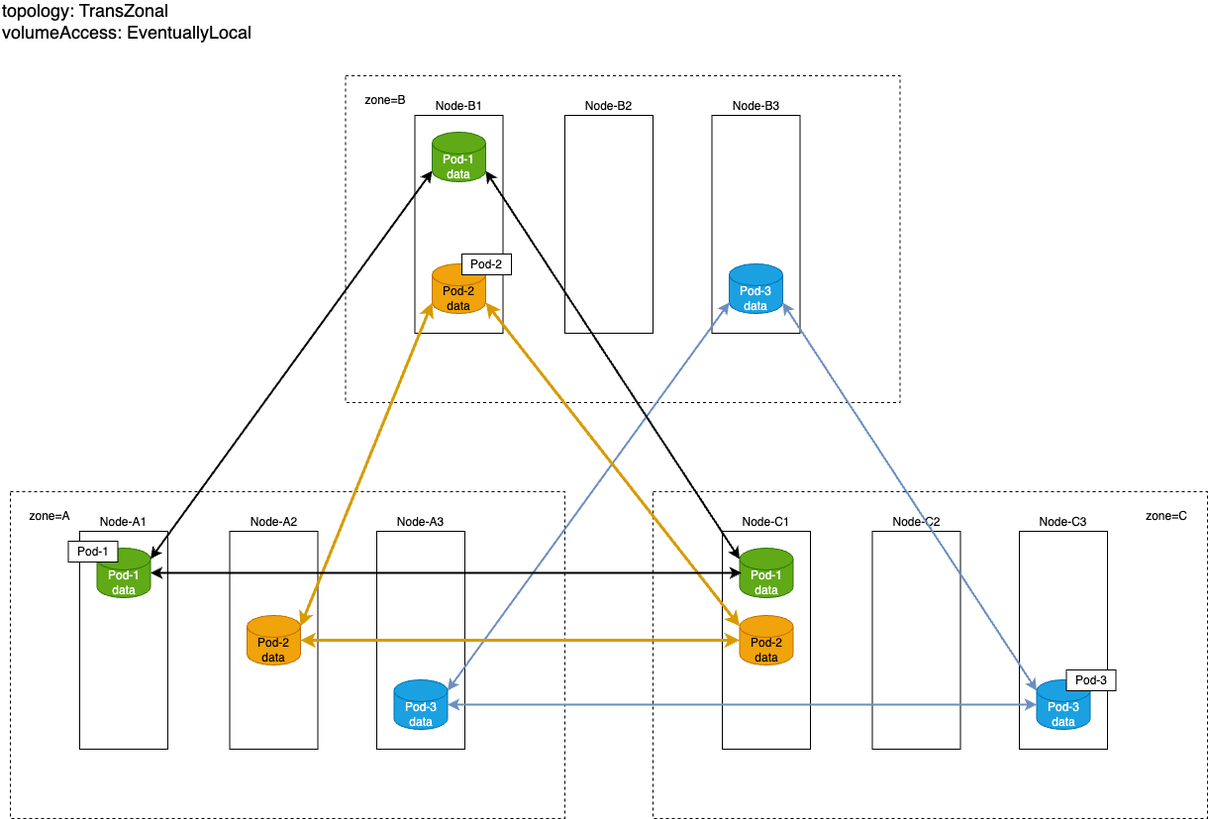
deckhouse/sds-replicated-volume keeps this draw.io diagram as docs/images/trans-zonal.png. Above is the earlier version. Source tidied: cells renumbered, new cells last; positions are measured from the earlier drawing's top-left corner, leaving out a move shared by most shapes.
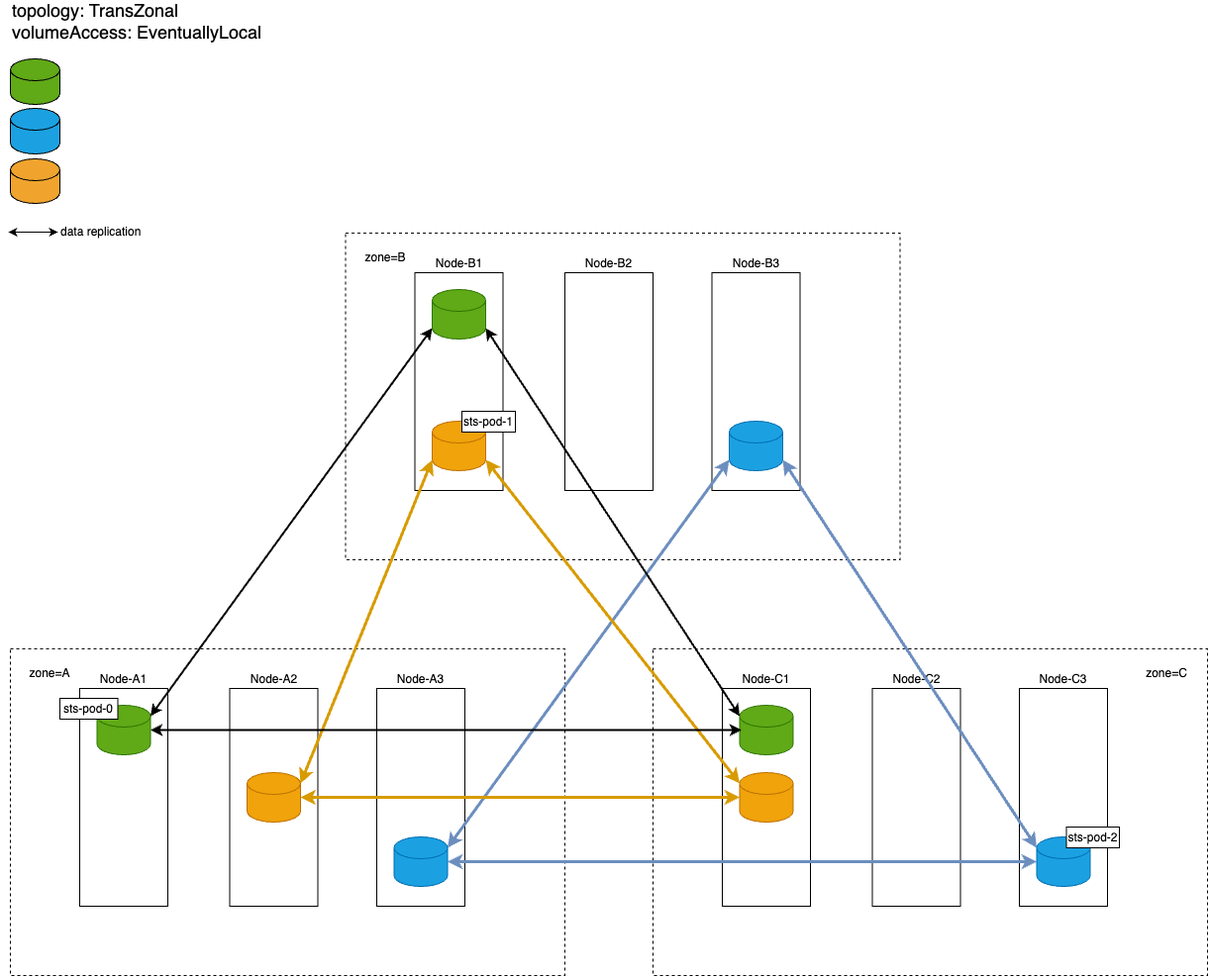
After the change.

Commit message:
Fix trans-zonal scheme

Change to the diagram source:
```diff
@@ -3,7 +3,7 @@
     <mxCell id="0" />
     <mxCell id="1" parent="0" />
     <mxCell id="2" value="topology: TransZonal&lt;br style=&quot;font-size: 18px;&quot;&gt;volumeAccess: EventuallyLocal" style="text;html=1;strokeColor=none;fillColor=none;align=left;verticalAlign=middle;whiteSpace=wrap;rounded=0;dashed=1;fontSize=18;" parent="1" vertex="1">
-      <mxGeometry width="260" height="30" as="geometry" />
+      <mxGeometry x="10" y="-159" width="260" height="30" as="geometry" />
     </mxCell>
     <mxCell id="3" style="rounded=0;whiteSpace=wrap;html=1;dashed=1;" parent="1" vertex="1">
       <mxGeometry x="348.5" y="70" width="560" height="330" as="geometry" />
@@ -14,10 +14,10 @@
     <mxCell id="5" value="zone=B" style="text;html=1;strokeColor=none;fillColor=none;align=center;verticalAlign=middle;whiteSpace=wrap;rounded=0;dashed=1;" parent="1" vertex="1">
       <mxGeometry x="358.5" y="80" width="60" height="30" as="geometry" />
     </mxCell>
-    <mxCell id="6" value="Pod-1 data" style="shape=cylinder3;whiteSpace=wrap;html=1;boundedLbl=1;backgroundOutline=1;size=11;fillColor=#60a917;fontColor=#ffffff;strokeColor=#2D7600;" parent="1" vertex="1">
+    <mxCell id="6" style="shape=cylinder3;whiteSpace=wrap;html=1;boundedLbl=1;backgroundOutline=1;size=11;fillColor=#60a917;fontColor=#ffffff;strokeColor=#2D7600;" parent="1" vertex="1">
       <mxGeometry x="436" y="127" width="54" height="50" as="geometry" />
     </mxCell>
-    <mxCell id="7" value="Pod-2 data" style="shape=cylinder3;whiteSpace=wrap;html=1;boundedLbl=1;backgroundOutline=1;size=11;fillColor=#f0a30a;fontColor=#000000;strokeColor=#BD7000;" parent="1" vertex="1">
+    <mxCell id="7" style="shape=cylinder3;whiteSpace=wrap;html=1;boundedLbl=1;backgroundOutline=1;size=11;fillColor=#f0a30a;fontColor=#000000;strokeColor=#BD7000;" parent="1" vertex="1">
       <mxGeometry x="436" y="260" width="54" height="50" as="geometry" />
     </mxCell>
     <mxCell id="8" value="Node-B2" style="rounded=0;whiteSpace=wrap;html=1;labelPosition=center;verticalLabelPosition=top;align=center;verticalAlign=bottom;" parent="1" vertex="1">
@@ -26,7 +26,7 @@
     <mxCell id="9" value="Node-B3" style="rounded=0;whiteSpace=wrap;html=1;labelPosition=center;verticalLabelPosition=top;align=center;verticalAlign=bottom;" parent="1" vertex="1">
       <mxGeometry x="718.5" y="110" width="89" height="220" as="geometry" />
     </mxCell>
-    <mxCell id="10" value="Pod-3 data" style="shape=cylinder3;whiteSpace=wrap;html=1;boundedLbl=1;backgroundOutline=1;size=11;fillColor=#1ba1e2;fontColor=#ffffff;strokeColor=#006EAF;" parent="1" vertex="1">
+    <mxCell id="10" style="shape=cylinder3;whiteSpace=wrap;html=1;boundedLbl=1;backgroundOutline=1;size=11;fillColor=#1ba1e2;fontColor=#ffffff;strokeColor=#006EAF;" parent="1" vertex="1">
       <mxGeometry x="736" y="260" width="54" height="50" as="geometry" />
     </mxCell>
     <mxCell id="11" style="rounded=0;whiteSpace=wrap;html=1;dashed=1;" parent="1" vertex="1">
@@ -38,11 +38,11 @@
     <mxCell id="13" value="zone=A" style="text;html=1;strokeColor=none;fillColor=none;align=center;verticalAlign=middle;whiteSpace=wrap;rounded=0;dashed=1;" parent="1" vertex="1">
       <mxGeometry x="20" y="500" width="60" height="30" as="geometry" />
     </mxCell>
-    <mxCell id="14" value="Pod-1 data" style="shape=cylinder3;whiteSpace=wrap;html=1;boundedLbl=1;backgroundOutline=1;size=11;fillColor=#60a917;fontColor=#ffffff;strokeColor=#2D7600;" parent="1" vertex="1">
+    <mxCell id="14" style="shape=cylinder3;whiteSpace=wrap;html=1;boundedLbl=1;backgroundOutline=1;size=11;fillColor=#60a917;fontColor=#ffffff;strokeColor=#2D7600;" parent="1" vertex="1">
       <mxGeometry x="97.5" y="547" width="54" height="50" as="geometry" />
     </mxCell>
-    <mxCell id="15" value="Pod-1" style="rounded=0;whiteSpace=wrap;html=1;fillStyle=auto;" parent="1" vertex="1">
-      <mxGeometry x="68.5" y="540" width="50" height="21" as="geometry" />
+    <mxCell id="15" value="sts-pod-0" style="rounded=0;whiteSpace=wrap;html=1;fillStyle=auto;" parent="1" vertex="1">
+      <mxGeometry x="60" y="540" width="58.5" height="21" as="geometry" />
     </mxCell>
     <mxCell id="16" value="Node-A2" style="rounded=0;whiteSpace=wrap;html=1;labelPosition=center;verticalLabelPosition=top;align=center;verticalAlign=bottom;" parent="1" vertex="1">
       <mxGeometry x="231.5" y="530" width="89" height="220" as="geometry" />
@@ -50,16 +50,16 @@
     <mxCell id="17" style="edgeStyle=none;html=1;entryX=0;entryY=1;entryDx=0;entryDy=-11;entryPerimeter=0;startArrow=classic;startFill=1;elbow=vertical;exitX=1;exitY=0;exitDx=0;exitDy=11;exitPerimeter=0;strokeWidth=3;fillColor=#ffe6cc;strokeColor=#d79b00;" parent="1" edge="1" source="18" target="7">
       <mxGeometry relative="1" as="geometry" />
     </mxCell>
-    <mxCell id="18" value="Pod-2 data" style="shape=cylinder3;whiteSpace=wrap;html=1;boundedLbl=1;backgroundOutline=1;size=11;fillColor=#f0a30a;fontColor=#000000;strokeColor=#BD7000;" parent="1" vertex="1">
+    <mxCell id="18" style="shape=cylinder3;whiteSpace=wrap;html=1;boundedLbl=1;backgroundOutline=1;size=11;fillColor=#f0a30a;fontColor=#000000;strokeColor=#BD7000;" parent="1" vertex="1">
       <mxGeometry x="249" y="615" width="54" height="50" as="geometry" />
     </mxCell>
     <mxCell id="19" value="Node-A3" style="rounded=0;whiteSpace=wrap;html=1;labelPosition=center;verticalLabelPosition=top;align=center;verticalAlign=bottom;" parent="1" vertex="1">
       <mxGeometry x="380" y="530" width="89" height="220" as="geometry" />
     </mxCell>
-    <mxCell id="20" style="edgeStyle=none;html=1;entryX=0;entryY=1;entryDx=0;entryDy=-11;entryPerimeter=0;startArrow=classic;startFill=1;elbow=vertical;exitX=1;exitY=0;exitDx=0;exitDy=11;exitPerimeter=0;strokeWidth=2;fillColor=#dae8fc;gradientColor=#7ea6e0;strokeColor=#6c8ebf;" parent="1" edge="1" source="21" target="10">
+    <mxCell id="20" style="edgeStyle=none;html=1;entryX=0;entryY=1;entryDx=0;entryDy=-11;entryPerimeter=0;startArrow=classic;startFill=1;elbow=vertical;exitX=1;exitY=0;exitDx=0;exitDy=11;exitPerimeter=0;strokeWidth=3;fillColor=#dae8fc;gradientColor=#7ea6e0;strokeColor=#6c8ebf;" parent="1" edge="1" source="21" target="10">
       <mxGeometry relative="1" as="geometry" />
     </mxCell>
-    <mxCell id="21" value="Pod-3 data" style="shape=cylinder3;whiteSpace=wrap;html=1;boundedLbl=1;backgroundOutline=1;size=11;fillColor=#1ba1e2;fontColor=#ffffff;strokeColor=#006EAF;" parent="1" vertex="1">
+    <mxCell id="21" style="shape=cylinder3;whiteSpace=wrap;html=1;boundedLbl=1;backgroundOutline=1;size=11;fillColor=#1ba1e2;fontColor=#ffffff;strokeColor=#006EAF;" parent="1" vertex="1">
       <mxGeometry x="397.5" y="680" width="54" height="50" as="geometry" />
     </mxCell>
     <mxCell id="22" style="rounded=0;whiteSpace=wrap;html=1;dashed=1;" parent="1" vertex="1">
@@ -68,10 +68,10 @@
     <mxCell id="23" value="Node-C1" style="rounded=0;whiteSpace=wrap;html=1;labelPosition=center;verticalLabelPosition=top;align=center;verticalAlign=bottom;" parent="1" vertex="1">
       <mxGeometry x="729" y="530" width="89" height="220" as="geometry" />
     </mxCell>
-    <mxCell id="24" value="Pod-1 data" style="shape=cylinder3;whiteSpace=wrap;html=1;boundedLbl=1;backgroundOutline=1;size=11;fillColor=#60a917;fontColor=#ffffff;strokeColor=#2D7600;" parent="1" vertex="1">
+    <mxCell id="24" style="shape=cylinder3;whiteSpace=wrap;html=1;boundedLbl=1;backgroundOutline=1;size=11;fillColor=#60a917;fontColor=#ffffff;strokeColor=#2D7600;" parent="1" vertex="1">
       <mxGeometry x="746.5" y="547" width="54" height="50" as="geometry" />
     </mxCell>
-    <mxCell id="25" value="Pod-2 data" style="shape=cylinder3;whiteSpace=wrap;html=1;boundedLbl=1;backgroundOutline=1;size=11;fillColor=#f0a30a;fontColor=#000000;strokeColor=#BD7000;" parent="1" vertex="1">
+    <mxCell id="25" style="shape=cylinder3;whiteSpace=wrap;html=1;boundedLbl=1;backgroundOutline=1;size=11;fillColor=#f0a30a;fontColor=#000000;strokeColor=#BD7000;" parent="1" vertex="1">
       <mxGeometry x="746.5" y="615" width="54" height="50" as="geometry" />
     </mxCell>
     <mxCell id="26" value="Node-C2" style="rounded=0;whiteSpace=wrap;html=1;labelPosition=center;verticalLabelPosition=top;align=center;verticalAlign=bottom;" parent="1" vertex="1">
@@ -80,10 +80,10 @@
     <mxCell id="27" value="Node-C3" style="rounded=0;whiteSpace=wrap;html=1;labelPosition=center;verticalLabelPosition=top;align=center;verticalAlign=bottom;" parent="1" vertex="1">
       <mxGeometry x="1029" y="530" width="89" height="220" as="geometry" />
     </mxCell>
-    <mxCell id="28" style="edgeStyle=none;html=1;entryX=1;entryY=1;entryDx=0;entryDy=-11;entryPerimeter=0;startArrow=classic;startFill=1;elbow=vertical;exitX=0;exitY=0;exitDx=0;exitDy=11;exitPerimeter=0;strokeWidth=2;fillColor=#dae8fc;gradientColor=#7ea6e0;strokeColor=#6c8ebf;" parent="1" edge="1" source="29" target="10">
+    <mxCell id="28" style="edgeStyle=none;html=1;entryX=1;entryY=1;entryDx=0;entryDy=-11;entryPerimeter=0;startArrow=classic;startFill=1;elbow=vertical;exitX=0;exitY=0;exitDx=0;exitDy=11;exitPerimeter=0;strokeWidth=3;fillColor=#dae8fc;gradientColor=#7ea6e0;strokeColor=#6c8ebf;" parent="1" edge="1" source="29" target="10">
       <mxGeometry relative="1" as="geometry" />
     </mxCell>
-    <mxCell id="29" value="Pod-3 data" style="shape=cylinder3;whiteSpace=wrap;html=1;boundedLbl=1;backgroundOutline=1;size=11;fillColor=#1ba1e2;fontColor=#ffffff;strokeColor=#006EAF;" parent="1" vertex="1">
+    <mxCell id="29" style="shape=cylinder3;whiteSpace=wrap;html=1;boundedLbl=1;backgroundOutline=1;size=11;fillColor=#1ba1e2;fontColor=#ffffff;strokeColor=#006EAF;" parent="1" vertex="1">
       <mxGeometry x="1046.5" y="680" width="54" height="50" as="geometry" />
     </mxCell>
     <mxCell id="30" style="edgeStyle=none;html=1;entryX=0;entryY=0;entryDx=0;entryDy=11;entryPerimeter=0;startArrow=classic;startFill=1;elbow=vertical;exitX=1;exitY=1;exitDx=0;exitDy=-11;exitPerimeter=0;strokeWidth=3;fillColor=#ffe6cc;strokeColor=#d79b00;" parent="1" edge="1" source="7" target="25">
@@ -92,14 +92,14 @@
     <mxCell id="31" style="edgeStyle=none;html=1;startArrow=classic;startFill=1;elbow=vertical;exitX=1;exitY=0.5;exitDx=0;exitDy=0;exitPerimeter=0;entryX=0;entryY=0.5;entryDx=0;entryDy=0;entryPerimeter=0;strokeWidth=3;fillColor=#ffe6cc;strokeColor=#d79b00;" parent="1" edge="1" source="18" target="25">
       <mxGeometry relative="1" as="geometry" />
     </mxCell>
-    <mxCell id="32" style="edgeStyle=none;html=1;entryX=0;entryY=0.5;entryDx=0;entryDy=0;entryPerimeter=0;startArrow=classic;startFill=1;elbow=vertical;strokeWidth=2;fillColor=#dae8fc;gradientColor=#7ea6e0;strokeColor=#6c8ebf;" parent="1" edge="1" source="21" target="29">
+    <mxCell id="32" style="edgeStyle=none;html=1;entryX=0;entryY=0.5;entryDx=0;entryDy=0;entryPerimeter=0;startArrow=classic;startFill=1;elbow=vertical;strokeWidth=3;fillColor=#dae8fc;gradientColor=#7ea6e0;strokeColor=#6c8ebf;" parent="1" edge="1" source="21" target="29">
       <mxGeometry relative="1" as="geometry" />
     </mxCell>
-    <mxCell id="33" value="Pod-3" style="rounded=0;whiteSpace=wrap;html=1;fillStyle=auto;" parent="1" vertex="1">
-      <mxGeometry x="1076.5" y="670" width="50" height="21" as="geometry" />
+    <mxCell id="33" value="sts-pod-2" style="rounded=0;whiteSpace=wrap;html=1;fillStyle=auto;" parent="1" vertex="1">
+      <mxGeometry x="1076.5" y="670" width="53.5" height="21" as="geometry" />
     </mxCell>
-    <mxCell id="34" value="Pod-2" style="rounded=0;whiteSpace=wrap;html=1;fillStyle=auto;" parent="1" vertex="1">
-      <mxGeometry x="466" y="250" width="50" height="21" as="geometry" />
+    <mxCell id="34" value="sts-pod-1" style="rounded=0;whiteSpace=wrap;html=1;fillStyle=auto;" parent="1" vertex="1">
+      <mxGeometry x="466" y="250" width="54" height="21" as="geometry" />
     </mxCell>
     <mxCell id="35" style="html=1;entryX=0;entryY=1;entryDx=0;entryDy=-11;entryPerimeter=0;startArrow=classic;startFill=1;elbow=vertical;exitX=1;exitY=0;exitDx=0;exitDy=11;exitPerimeter=0;strokeWidth=2;shadow=0;" parent="1" edge="1" source="14" target="6">
       <mxGeometry relative="1" as="geometry" />
@@ -115,5 +115,25 @@
     <mxCell id="38" value="zone=C" style="text;html=1;strokeColor=none;fillColor=none;align=center;verticalAlign=middle;whiteSpace=wrap;rounded=0;dashed=1;" parent="1" vertex="1">
       <mxGeometry x="1147.5" y="500" width="60" height="30" as="geometry" />
     </mxCell>
+    <mxCell id="39" value="sts-pod-0 data" style="shape=cylinder3;whiteSpace=wrap;html=1;boundedLbl=1;backgroundOutline=1;size=11;fillColor=#60a917;fontColor=#ffffff;strokeColor=#000000;labelPosition=right;verticalLabelPosition=middle;align=left;verticalAlign=middle;fontSize=12;horizontal=1;" parent="1" vertex="1">
+      <mxGeometry x="10" y="-106" width="50" height="46" as="geometry" />
+    </mxCell>
+    <mxCell id="40" value="sts-pod-1 data" style="shape=cylinder3;whiteSpace=wrap;html=1;boundedLbl=1;backgroundOutline=1;size=11;fillColor=#1ba1e2;fontColor=#ffffff;strokeColor=#000000;labelPosition=right;verticalLabelPosition=middle;align=left;verticalAlign=middle;fontSize=12;horizontal=1;" parent="1" vertex="1">
+      <mxGeometry x="10" y="-56" width="50" height="46" as="geometry" />
+    </mxCell>
+    <mxCell id="41" value="sts-pod-2 data" style="shape=cylinder3;whiteSpace=wrap;html=1;boundedLbl=1;backgroundOutline=1;size=11;fillColor=#f0a42e;fontColor=#ffffff;strokeColor=#000000;labelPosition=right;verticalLabelPosition=middle;align=left;verticalAlign=middle;fontSize=12;horizontal=1;" parent="1" vertex="1">
+      <mxGeometry x="10" y="-5" width="50" height="45" as="geometry" />
+    </mxCell>
+    <mxCell id="42" style="edgeStyle=none;html=1;startArrow=classic;startFill=1;" parent="1" edge="1">
+      <mxGeometry relative="1" as="geometry">
+        <mxPoint x="8" y="69" as="sourcePoint" />
+        <mxPoint x="58" y="69" as="targetPoint" />
+      </mxGeometry>
+    </mxCell>
+    <mxCell id="43" value="data replication" style="edgeLabel;html=1;align=left;verticalAlign=middle;fontSize=12;labelPosition=right;verticalLabelPosition=middle;" parent="42" vertex="1">
+      <mxGeometry x="0.18" y="1" relative="1" as="geometry">
+        <mxPoint x="22" as="offset" />
+      </mxGeometry>
+    </mxCell>
   </root>
 </mxGraphModel>
```
